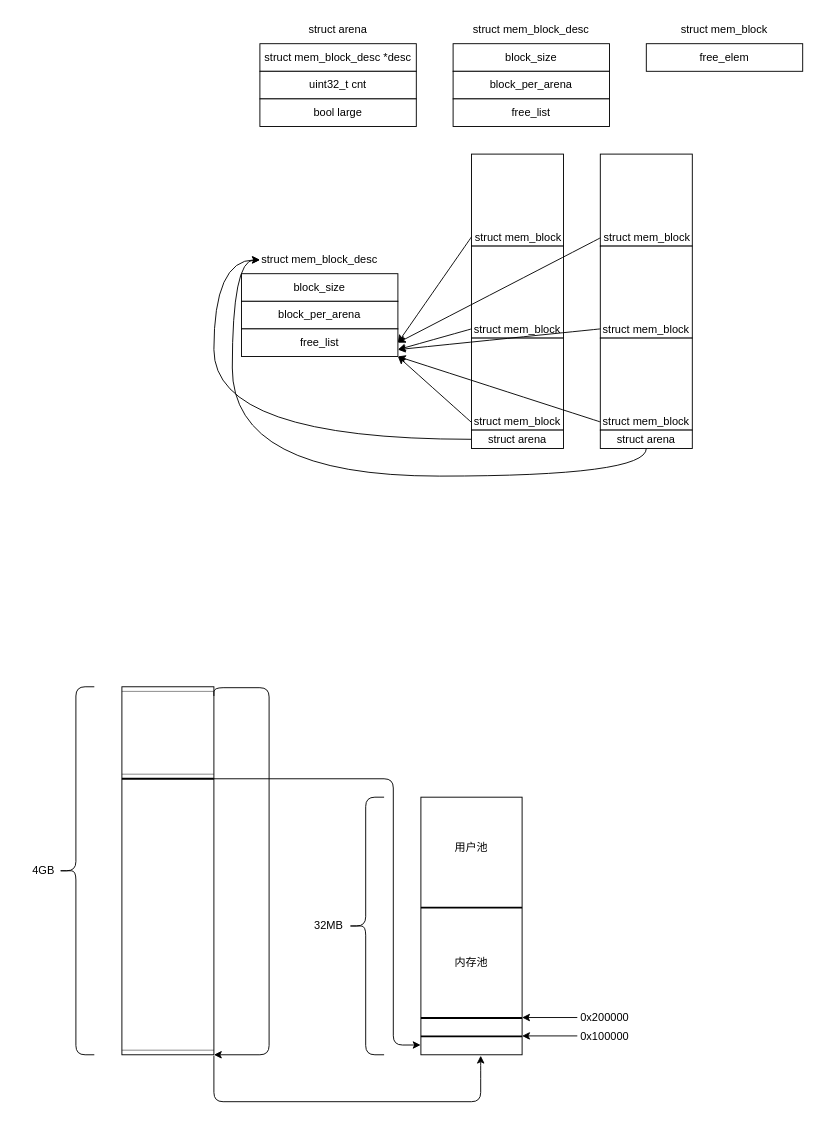
vocky-design/OS keeps this draw.io diagram as README/images/struct_of_memory.drawio. Above is the earlier version. Source tidied: cells renumbered, new cells numbered last; positions are measured from the earlier drawing's top-left corner, leaving out a move shared by most shapes. Both pictures are drawn from the tidied source at 92%, with x=0, y=0 at pixel (16, 16).
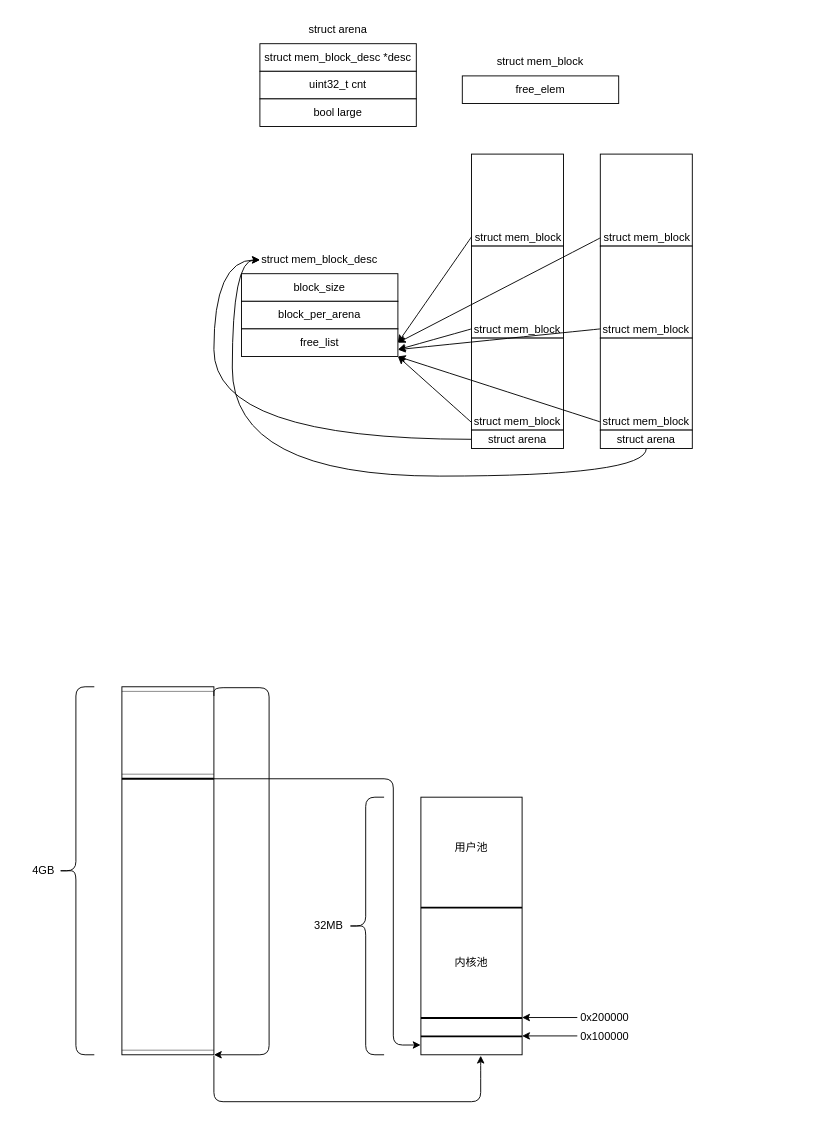
After the change.

Diff of the diagram source:
```diff
@@
-    <mxCell id="6" value="struct mem_block_desc" style="text;html=1;strokeColor=none;fillColor=none;align=center;verticalAlign=middle;whiteSpace=wrap;rounded=0;" parent="1" vertex="1">
-      <mxGeometry x="495" width="130" height="30" as="geometry" />
-    </mxCell>
-    <mxCell id="7" value="block_size" style="rounded=0;whiteSpace=wrap;html=1;" parent="1" vertex="1">
-      <mxGeometry x="475" y="30" width="170" height="30" as="geometry" />
-    </mxCell>
-    <mxCell id="8" value="block_per_arena" style="rounded=0;whiteSpace=wrap;html=1;" parent="1" vertex="1">
-      <mxGeometry x="475" y="60" width="170" height="30" as="geometry" />
-    </mxCell>
-    <mxCell id="9" value="free_list" style="rounded=0;whiteSpace=wrap;html=1;" parent="1" vertex="1">
-      <mxGeometry x="475" y="90" width="170" height="30" as="geometry" />
-    </mxCell>
     <mxCell id="10" value="struct mem_block" style="text;html=1;strokeColor=none;fillColor=none;align=center;verticalAlign=middle;whiteSpace=wrap;rounded=0;" parent="1" vertex="1">
-      <mxGeometry x="705" width="130" height="30" as="geometry" />
+      <mxGeometry x="505" y="35" width="130" height="30" as="geometry" />
     </mxCell>
     <mxCell id="11" value="free_elem" style="rounded=0;whiteSpace=wrap;html=1;" parent="1" vertex="1">
-      <mxGeometry x="685" y="30" width="170" height="30" as="geometry" />
+      <mxGeometry x="485" y="65" width="170" height="30" as="geometry" />
     </mxCell>
@@
-    <mxCell id="42" value="内存池" style="text;html=1;strokeColor=none;fillColor=none;align=center;verticalAlign=middle;whiteSpace=wrap;rounded=0;" parent="1" vertex="1">
+    <mxCell id="42" value="内核池" style="text;html=1;strokeColor=none;fillColor=none;align=center;verticalAlign=middle;whiteSpace=wrap;rounded=0;" parent="1" vertex="1">
       <mxGeometry x="465" y="1014" width="60" height="30" as="geometry" />
     </mxCell>
```
